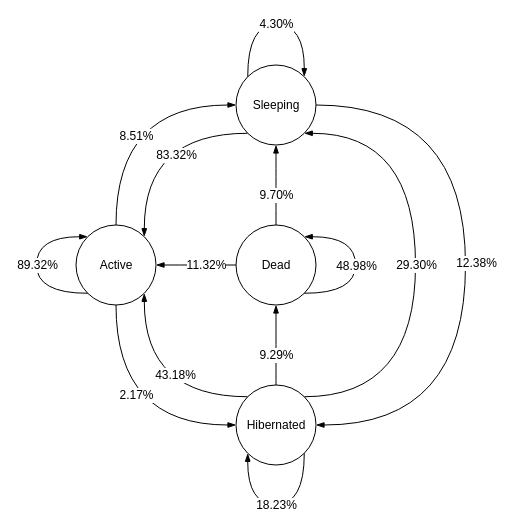
Above: Chains/average_chain.drawio in collab-uniba/developersInactivityAnalysis (draw.io), before the change. Source tidied: cells renumbered, new cells numbered last; positions are measured from the earlier drawing's top-left corner, leaving out a move shared by most shapes. Both pictures are drawn from the tidied source at 100%, with x=0, y=0 at pixel (36, 24).
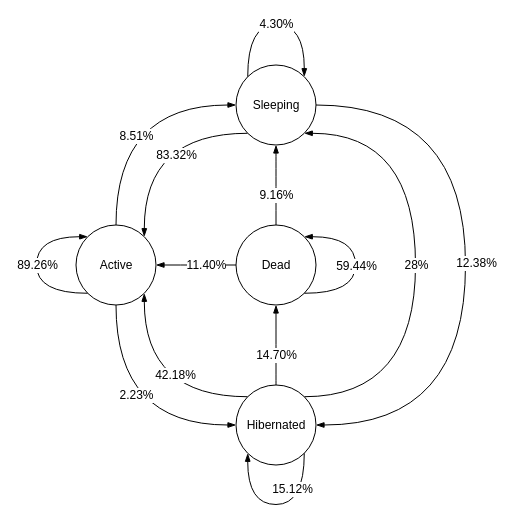
The same page after the edit.

The change refers to these unchanged cells:
```xml
<mxCell id="4" style="edgeStyle=orthogonalEdgeStyle;curved=1;rounded=0;jettySize=auto;html=1;exitX=0.5;exitY=1;exitDx=0;exitDy=0;entryX=0;entryY=0.5;entryDx=0;entryDy=0;endArrow=blockThin;endFill=1;" parent="1" edge="1" source="6" target="23">
  <mxGeometry relative="1" as="geometry">
    <Array as="points">
      <mxPoint x="80" y="401" />
    </Array>
  </mxGeometry>
</mxCell>
<mxCell id="12" style="edgeStyle=orthogonalEdgeStyle;curved=1;rounded=0;jettySize=auto;html=1;exitX=0.5;exitY=0;exitDx=0;exitDy=0;entryX=0.5;entryY=1;entryDx=0;entryDy=0;endArrow=blockThin;endFill=1;" parent="1" edge="1" source="16" target="11">
  <mxGeometry relative="1" as="geometry">
    <Array as="points">
      <mxPoint x="240" y="140" />
      <mxPoint x="240" y="140" />
    </Array>
  </mxGeometry>
</mxCell>
<mxCell id="14" style="edgeStyle=orthogonalEdgeStyle;curved=1;rounded=0;jettySize=auto;html=1;endArrow=blockThin;endFill=1;entryX=1;entryY=0.5;entryDx=0;entryDy=0;exitX=0;exitY=0.5;exitDx=0;exitDy=0;" parent="1" edge="1" source="16" target="6">
  <mxGeometry relative="1" as="geometry">
    <Array as="points">
      <mxPoint x="200" y="240" />
      <mxPoint x="159" y="240" />
      <mxPoint x="159" y="241" />
    </Array>
  </mxGeometry>
</mxCell>
<mxCell id="17" style="edgeStyle=orthogonalEdgeStyle;curved=1;rounded=0;jettySize=auto;html=1;entryX=1;entryY=1;entryDx=0;entryDy=0;endArrow=blockThin;endFill=1;exitX=0;exitY=0;exitDx=0;exitDy=0;" parent="1" edge="1" source="23" target="6">
  <mxGeometry relative="1" as="geometry" />
</mxCell>
<mxCell id="19" style="edgeStyle=orthogonalEdgeStyle;curved=1;rounded=0;jettySize=auto;html=1;entryX=0.5;entryY=1;entryDx=0;entryDy=0;endArrow=blockThin;endFill=1;exitX=0.5;exitY=0;exitDx=0;exitDy=0;" parent="1" edge="1" source="23" target="16">
  <mxGeometry relative="1" as="geometry" />
</mxCell>
<mxCell id="21" style="edgeStyle=orthogonalEdgeStyle;curved=1;rounded=0;jettySize=auto;html=1;exitX=1;exitY=0;exitDx=0;exitDy=0;entryX=1;entryY=1;entryDx=0;entryDy=0;endArrow=blockThin;endFill=1;" parent="1" edge="1" source="23" target="11">
  <mxGeometry relative="1" as="geometry">
    <Array as="points">
      <mxPoint x="379" y="372" />
      <mxPoint x="379" y="109" />
    </Array>
  </mxGeometry>
</mxCell>
<mxCell id="24" style="edgeStyle=orthogonalEdgeStyle;curved=1;rounded=0;orthogonalLoop=1;jettySize=auto;html=1;exitX=0;exitY=1;exitDx=0;exitDy=0;endArrow=blockThin;endFill=1;entryX=0;entryY=0;entryDx=0;entryDy=0;" parent="1" edge="1" source="6" target="6">
  <mxGeometry relative="1" as="geometry">
    <Array as="points">
      <mxPoint y="269" />
      <mxPoint y="212" />
    </Array>
  </mxGeometry>
</mxCell>
<mxCell id="26" style="edgeStyle=orthogonalEdgeStyle;curved=1;rounded=0;orthogonalLoop=1;jettySize=auto;html=1;exitX=1;exitY=1;exitDx=0;exitDy=0;entryX=0;entryY=1;entryDx=0;entryDy=0;endArrow=blockThin;endFill=1;" parent="1" edge="1" source="23" target="23">
  <mxGeometry relative="1" as="geometry">
    <Array as="points">
      <mxPoint x="268" y="480" />
      <mxPoint x="211" y="480" />
    </Array>
  </mxGeometry>
</mxCell>
<mxCell id="28" style="edgeStyle=orthogonalEdgeStyle;curved=1;rounded=0;orthogonalLoop=1;jettySize=auto;html=1;exitX=1;exitY=1;exitDx=0;exitDy=0;entryX=1;entryY=0;entryDx=0;entryDy=0;endArrow=blockThin;endFill=1;" parent="1" edge="1" source="16" target="16">
  <mxGeometry relative="1" as="geometry">
    <Array as="points">
      <mxPoint x="319" y="269" />
      <mxPoint x="319" y="212" />
    </Array>
  </mxGeometry>
</mxCell>
```

What changed in the source:
```diff
@@
-    <mxCell id="5" value="2.17%" style="text;html=1;align=center;verticalAlign=middle;labelBackgroundColor=#ffffff;" parent="4" vertex="1">
+    <mxCell id="5" value="2.23%" style="text;html=1;align=center;verticalAlign=middle;labelBackgroundColor=#ffffff;" parent="4" vertex="1">
       <mxGeometry x="-0.21" y="-16" relative="1" as="geometry">
         <mxPoint x="35.5" y="-5.5" as="offset" />
       </mxGeometry>
     </mxCell>
@@
-    <mxCell id="13" value="9.70%" style="text;html=1;align=center;verticalAlign=middle;labelBackgroundColor=#ffffff;" parent="12" vertex="1">
+    <mxCell id="13" value="9.16%" style="text;html=1;align=center;verticalAlign=middle;labelBackgroundColor=#ffffff;" parent="12" vertex="1">
       <mxGeometry x="-0.24" y="24" relative="1" as="geometry">
         <mxPoint x="24" y="-0.5" as="offset" />
       </mxGeometry>
     </mxCell>
@@
-    <mxCell id="15" value="11.32%" style="text;html=1;align=center;verticalAlign=middle;labelBackgroundColor=#ffffff;" parent="14" vertex="1">
+    <mxCell id="15" value="11.40%" style="text;html=1;align=center;verticalAlign=middle;labelBackgroundColor=#ffffff;" parent="14" vertex="1">
       <mxGeometry x="0.12" y="-2" relative="1" as="geometry">
         <mxPoint x="14.5" y="2" as="offset" />
       </mxGeometry>
     </mxCell>
@@
-    <mxCell id="18" value="43.18%&lt;br&gt;" style="text;html=1;align=center;verticalAlign=middle;labelBackgroundColor=#ffffff;" parent="17" vertex="1">
+    <mxCell id="18" value="42.18%&lt;br&gt;" style="text;html=1;align=center;verticalAlign=middle;labelBackgroundColor=#ffffff;" parent="17" vertex="1">
       <mxGeometry x="-0.24" y="-22" relative="1" as="geometry">
         <mxPoint x="6" as="offset" />
       </mxGeometry>
     </mxCell>
@@
-    <mxCell id="20" value="9.29%" style="text;html=1;align=center;verticalAlign=middle;labelBackgroundColor=#ffffff;" parent="19" vertex="1">
+    <mxCell id="20" value="14.70%" style="text;html=1;align=center;verticalAlign=middle;labelBackgroundColor=#ffffff;" parent="19" vertex="1">
       <mxGeometry x="-0.27" y="19" relative="1" as="geometry">
         <mxPoint x="19" y="-1" as="offset" />
       </mxGeometry>
     </mxCell>
@@
-    <mxCell id="22" value="29.30%" style="text;html=1;align=center;verticalAlign=middle;labelBackgroundColor=#ffffff;direction=south;" parent="21" vertex="1">
+    <mxCell id="22" value="28%" style="text;html=1;align=center;verticalAlign=middle;labelBackgroundColor=#ffffff;direction=south;" parent="21" vertex="1">
       <mxGeometry y="-25" relative="1" as="geometry">
         <mxPoint x="-24.5" as="offset" />
       </mxGeometry>
     </mxCell>
@@
-    <mxCell id="25" value="89.32%" style="text;html=1;align=center;verticalAlign=middle;labelBackgroundColor=#ffffff;" parent="24" vertex="1">
+    <mxCell id="25" value="89.26%" style="text;html=1;align=center;verticalAlign=middle;labelBackgroundColor=#ffffff;" parent="24" vertex="1">
       <mxGeometry x="0.2" y="-2" relative="1" as="geometry">
         <mxPoint x="-1.5" y="15.5" as="offset" />
       </mxGeometry>
     </mxCell>
@@
-    <mxCell id="27" value="18.23%" style="text;html=1;align=center;verticalAlign=middle;labelBackgroundColor=#ffffff;" parent="26" vertex="1">
+    <mxCell id="27" value="15.12%" style="text;html=1;align=center;verticalAlign=middle;labelBackgroundColor=#ffffff;" parent="26" vertex="1">
       <mxGeometry x="-0.36" y="-16" relative="1" as="geometry">
-        <mxPoint x="-28.5" y="16" as="offset" />
+        <mxPoint x="-12.5" y="0.5" as="offset" />
       </mxGeometry>
     </mxCell>
@@
-    <mxCell id="29" value="48.98%" style="text;html=1;align=center;verticalAlign=middle;labelBackgroundColor=#ffffff;" parent="28" vertex="1">
+    <mxCell id="29" value="59.44%" style="text;html=1;align=center;verticalAlign=middle;labelBackgroundColor=#ffffff;" parent="28" vertex="1">
       <mxGeometry x="0.1" y="-1" relative="1" as="geometry">
         <mxPoint x="-0.5" y="8.5" as="offset" />
       </mxGeometry>
     </mxCell>
```
